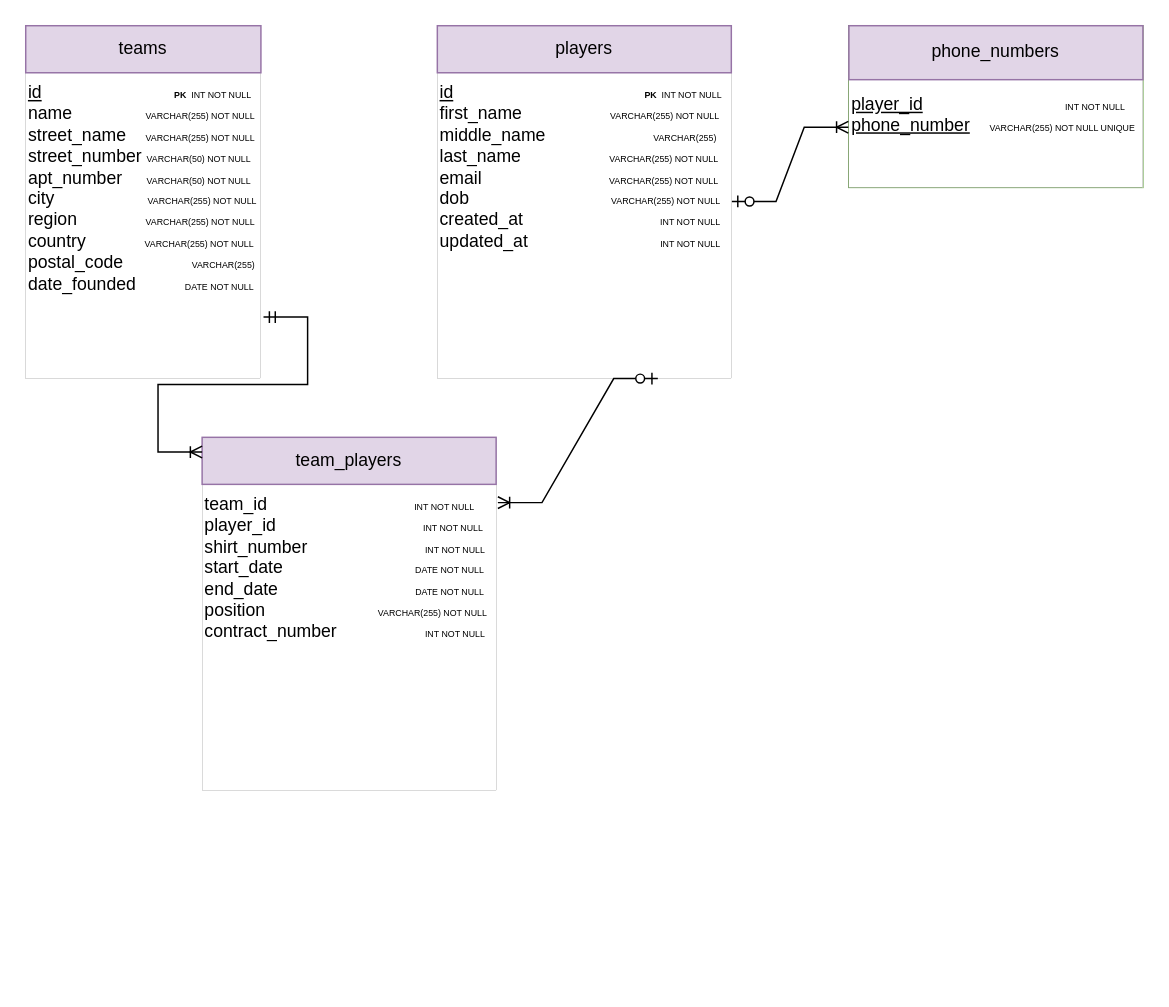
Above: Problem 3.drawio in sureninnorise/DB_DIAGRAMS (draw.io), before the change. Source tidied: cells renumbered, new cells numbered last; positions are measured from the earlier drawing's top-left corner, leaving out a move shared by most shapes. Both pictures are drawn from the tidied source at 147%, with x=0, y=0 at pixel (25, 25).
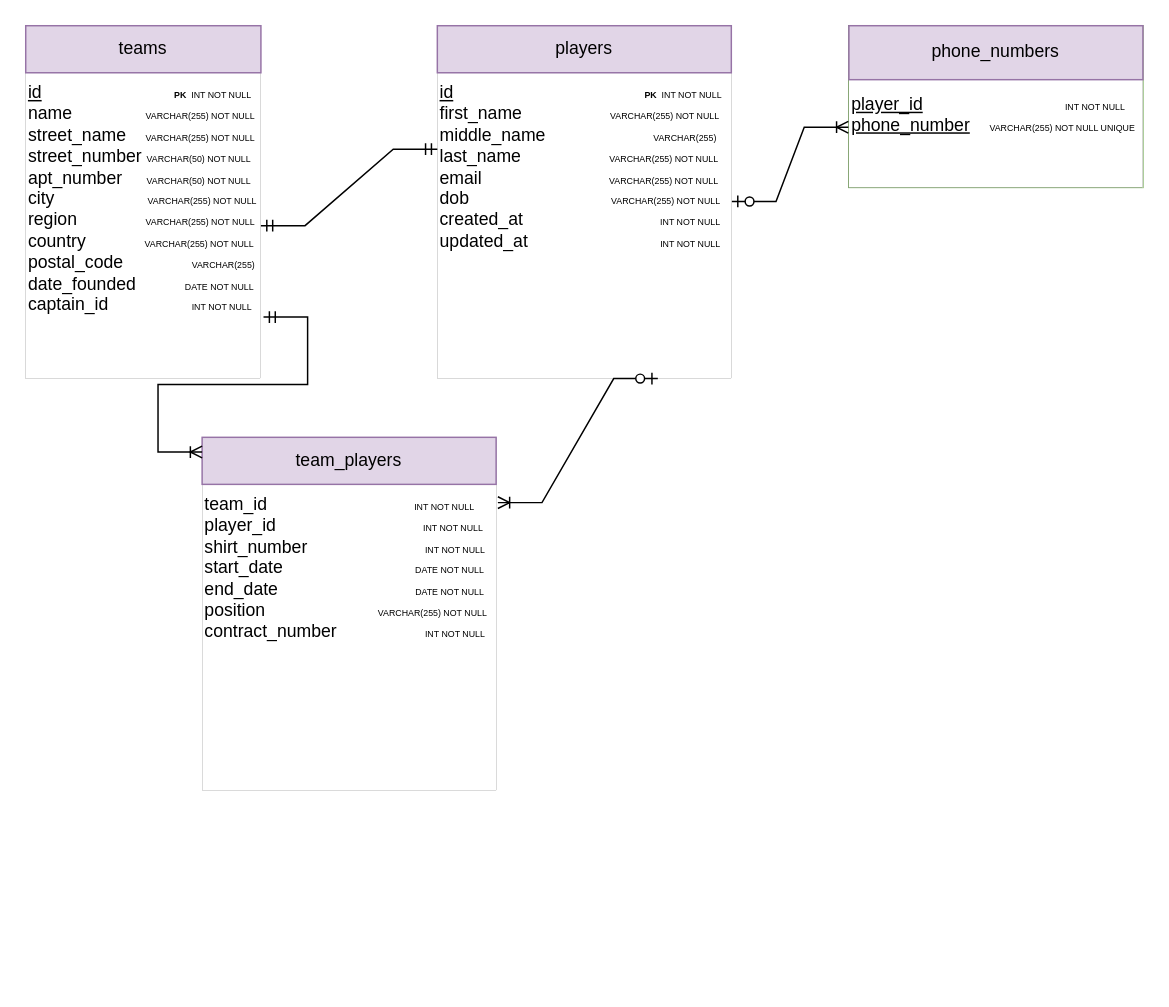
The same page after the edit.

Unchanged cells that the change refers to:
```xml
<mxCell id="2" style="group;" parent="1" vertex="1">
  <mxGeometry width="160" height="240" as="geometry" />
</mxCell>
<mxCell id="11" value="&lt;u&gt;id&lt;/u&gt;&amp;nbsp; &amp;nbsp; &amp;nbsp; &amp;nbsp; &amp;nbsp;    &amp;nbsp;&amp;nbsp;&amp;nbsp; &amp;nbsp; &amp;nbsp; &amp;nbsp; &amp;nbsp; &amp;nbsp; &amp;nbsp; &amp;nbsp; &amp;nbsp; &amp;nbsp; &amp;nbsp; &amp;nbsp; &amp;nbsp; &amp;nbsp;&lt;font style=&quot;font-size: 6px&quot;&gt;&lt;b&gt;PK&lt;/b&gt;&lt;/font&gt;&amp;nbsp;&lt;span style=&quot;font-size: 6px&quot;&gt;INT NOT NULL&lt;/span&gt;&lt;br&gt;first_name&amp;nbsp; &amp;nbsp; &amp;nbsp; &amp;nbsp; &amp;nbsp; &amp;nbsp; &amp;nbsp; &amp;nbsp; &amp;nbsp;&amp;nbsp;&lt;span style=&quot;font-size: 6px&quot;&gt;VARCHAR(255) NOT NULL&lt;/span&gt;&lt;br&gt;middle_name&amp;nbsp; &amp;nbsp; &amp;nbsp; &amp;nbsp; &amp;nbsp; &amp;nbsp; &amp;nbsp; &amp;nbsp; &amp;nbsp; &amp;nbsp; &amp;nbsp; &lt;span style=&quot;font-size: 6px&quot;&gt;VARCHAR(255)&lt;/span&gt;&lt;br&gt;last_name&amp;nbsp; &amp;nbsp; &amp;nbsp; &amp;nbsp; &amp;nbsp; &amp;nbsp; &amp;nbsp; &amp;nbsp; &amp;nbsp;&amp;nbsp;&lt;span style=&quot;font-size: 6px&quot;&gt;VARCHAR(255) NOT NULL&lt;/span&gt;&lt;br&gt;email&amp;nbsp; &amp;nbsp; &amp;nbsp; &amp;nbsp; &amp;nbsp; &amp;nbsp; &amp;nbsp; &amp;nbsp; &amp;nbsp; &amp;nbsp; &amp;nbsp; &amp;nbsp; &amp;nbsp;&amp;nbsp;&lt;span style=&quot;font-size: 6px&quot;&gt;VARCHAR(255) NOT NULL&lt;/span&gt;&lt;br&gt;dob&amp;nbsp; &amp;nbsp; &amp;nbsp; &amp;nbsp; &amp;nbsp; &amp;nbsp; &amp;nbsp; &amp;nbsp; &amp;nbsp; &amp;nbsp; &amp;nbsp; &amp;nbsp; &amp;nbsp; &amp;nbsp; &amp;nbsp;&lt;span style=&quot;font-size: 6px&quot;&gt;VARCHAR(255) NOT NULL&lt;/span&gt;&lt;br&gt;created_at&amp;nbsp; &amp;nbsp; &amp;nbsp; &amp;nbsp; &amp;nbsp; &amp;nbsp; &amp;nbsp; &amp;nbsp; &amp;nbsp; &amp;nbsp; &amp;nbsp; &amp;nbsp; &amp;nbsp; &amp;nbsp;&amp;nbsp;&lt;span style=&quot;font-size: 6px&quot;&gt;INT NOT NULL&lt;/span&gt;&lt;br&gt;updated_at&amp;nbsp; &amp;nbsp; &amp;nbsp; &amp;nbsp; &amp;nbsp; &amp;nbsp; &amp;nbsp; &amp;nbsp; &amp;nbsp; &amp;nbsp; &amp;nbsp; &amp;nbsp; &amp;nbsp; &amp;nbsp;&lt;span style=&quot;font-size: 6px&quot;&gt;INT NOT NULL&lt;/span&gt;" style="text;html=1;strokeColor=none;fillColor=none;align=left;verticalAlign=top;whiteSpace=wrap;rounded=0;" parent="7" vertex="1">
  <mxGeometry y="32" width="200" height="208" as="geometry" />
</mxCell>
```

The edit, as a diff of the source:
```diff
@@
-    <mxCell id="6" value="&lt;u&gt;id&lt;/u&gt;&amp;nbsp; &amp;nbsp; &amp;nbsp; &amp;nbsp;&lt;span&gt; &lt;/span&gt;&amp;nbsp; &amp;nbsp; &amp;nbsp; &amp;nbsp; &amp;nbsp; &amp;nbsp; &amp;nbsp; &amp;nbsp; &amp;nbsp; &amp;nbsp;&lt;font style=&quot;font-size: 6px&quot;&gt;&lt;b&gt;PK&lt;/b&gt;&lt;/font&gt;&amp;nbsp;&lt;font style=&quot;font-size: 6px&quot;&gt;INT NOT NULL&lt;/font&gt;&lt;br&gt;name&amp;nbsp; &amp;nbsp; &amp;nbsp; &amp;nbsp; &amp;nbsp; &amp;nbsp; &amp;nbsp; &amp;nbsp;&lt;font style=&quot;font-size: 6px&quot;&gt;VARCHAR(255) NOT NULL&lt;/font&gt;&lt;br&gt;street_name&amp;nbsp; &amp;nbsp;&amp;nbsp;&lt;span style=&quot;font-size: 6px&quot;&gt;VARCHAR(255) NOT NULL&lt;/span&gt;&lt;br&gt;&lt;span&gt;&lt;/span&gt;&lt;span&gt;&lt;/span&gt;street_number&amp;nbsp;&lt;span style=&quot;font-size: 6px&quot;&gt;VARCHAR(50) NOT NULL&lt;/span&gt;&lt;br&gt;apt_number&amp;nbsp; &amp;nbsp; &amp;nbsp;&lt;span style=&quot;font-size: 6px&quot;&gt;VARCHAR(50) NOT NULL&lt;/span&gt;&lt;br&gt;city&amp;nbsp; &amp;nbsp; &amp;nbsp; &amp;nbsp; &amp;nbsp; &amp;nbsp; &amp;nbsp; &amp;nbsp; &amp;nbsp; &amp;nbsp;&lt;span&gt;&lt;/span&gt;&lt;span style=&quot;font-size: 6px&quot;&gt;VARCHAR(255) NOT NULL&lt;/span&gt;&lt;br&gt;region&amp;nbsp; &amp;nbsp; &amp;nbsp; &amp;nbsp; &amp;nbsp; &amp;nbsp; &amp;nbsp;&amp;nbsp;&lt;span style=&quot;font-size: 6px&quot;&gt;VARCHAR(255) NOT NULL&lt;/span&gt;&lt;br&gt;country&amp;nbsp; &amp;nbsp; &amp;nbsp; &amp;nbsp; &amp;nbsp; &amp;nbsp;&amp;nbsp;&lt;span style=&quot;font-size: 6px&quot;&gt;VARCHAR(255) NOT NULL&lt;/span&gt;&lt;br&gt;postal_code&amp;nbsp; &amp;nbsp; &amp;nbsp; &amp;nbsp; &amp;nbsp; &amp;nbsp; &amp;nbsp;&amp;nbsp;&lt;span style=&quot;font-size: 6px&quot;&gt;VARCHAR(255)&amp;nbsp;&lt;/span&gt;&lt;br&gt;date_founded&amp;nbsp; &amp;nbsp; &amp;nbsp; &amp;nbsp; &amp;nbsp;&amp;nbsp;&lt;font style=&quot;font-size: 6px&quot;&gt;DATE NOT NULL&lt;/font&gt;" style="text;html=1;strokeColor=none;fillColor=none;align=left;verticalAlign=top;whiteSpace=wrap;rounded=0;" parent="2" vertex="1">
+    <mxCell id="6" value="&lt;u&gt;id&lt;/u&gt;&amp;nbsp; &amp;nbsp; &amp;nbsp; &amp;nbsp;&lt;span&gt; &lt;/span&gt;&amp;nbsp; &amp;nbsp; &amp;nbsp; &amp;nbsp; &amp;nbsp; &amp;nbsp; &amp;nbsp; &amp;nbsp; &amp;nbsp; &amp;nbsp;&lt;font style=&quot;font-size: 6px&quot;&gt;&lt;b&gt;PK&lt;/b&gt;&lt;/font&gt;&amp;nbsp;&lt;font style=&quot;font-size: 6px&quot;&gt;INT NOT NULL&lt;/font&gt;&lt;br&gt;name&amp;nbsp; &amp;nbsp; &amp;nbsp; &amp;nbsp; &amp;nbsp; &amp;nbsp; &amp;nbsp; &amp;nbsp;&lt;font style=&quot;font-size: 6px&quot;&gt;VARCHAR(255) NOT NULL&lt;/font&gt;&lt;br&gt;street_name&amp;nbsp; &amp;nbsp;&amp;nbsp;&lt;span style=&quot;font-size: 6px&quot;&gt;VARCHAR(255) NOT NULL&lt;/span&gt;&lt;br&gt;&lt;span&gt;&lt;/span&gt;&lt;span&gt;&lt;/span&gt;street_number&amp;nbsp;&lt;span style=&quot;font-size: 6px&quot;&gt;VARCHAR(50) NOT NULL&lt;/span&gt;&lt;br&gt;apt_number&amp;nbsp; &amp;nbsp; &amp;nbsp;&lt;span style=&quot;font-size: 6px&quot;&gt;VARCHAR(50) NOT NULL&lt;/span&gt;&lt;br&gt;city&amp;nbsp; &amp;nbsp; &amp;nbsp; &amp;nbsp; &amp;nbsp; &amp;nbsp; &amp;nbsp; &amp;nbsp; &amp;nbsp; &amp;nbsp;&lt;span&gt;&lt;/span&gt;&lt;span style=&quot;font-size: 6px&quot;&gt;VARCHAR(255) NOT NULL&lt;/span&gt;&lt;br&gt;region&amp;nbsp; &amp;nbsp; &amp;nbsp; &amp;nbsp; &amp;nbsp; &amp;nbsp; &amp;nbsp;&amp;nbsp;&lt;span style=&quot;font-size: 6px&quot;&gt;VARCHAR(255) NOT NULL&lt;/span&gt;&lt;br&gt;country&amp;nbsp; &amp;nbsp; &amp;nbsp; &amp;nbsp; &amp;nbsp; &amp;nbsp;&amp;nbsp;&lt;span style=&quot;font-size: 6px&quot;&gt;VARCHAR(255) NOT NULL&lt;/span&gt;&lt;br&gt;postal_code&amp;nbsp; &amp;nbsp; &amp;nbsp; &amp;nbsp; &amp;nbsp; &amp;nbsp; &amp;nbsp;&amp;nbsp;&lt;span style=&quot;font-size: 6px&quot;&gt;VARCHAR(255)&amp;nbsp;&lt;/span&gt;&lt;br&gt;date_founded&amp;nbsp; &amp;nbsp; &amp;nbsp; &amp;nbsp; &amp;nbsp;&amp;nbsp;&lt;font style=&quot;font-size: 6px&quot;&gt;DATE NOT NULL&lt;br&gt;&lt;span style=&quot;font-size: 12px&quot;&gt;captain_id&amp;nbsp; &amp;nbsp; &amp;nbsp; &amp;nbsp; &amp;nbsp; &amp;nbsp; &amp;nbsp; &amp;nbsp; &amp;nbsp;&lt;/span&gt;INT NOT NULL&lt;br&gt;&lt;/font&gt;" style="text;html=1;strokeColor=none;fillColor=none;align=left;verticalAlign=top;whiteSpace=wrap;rounded=0;" parent="2" vertex="1">
       <mxGeometry y="32" width="160" height="208" as="geometry" />
     </mxCell>
@@
+    <mxCell id="26" style="edgeStyle=entityRelationEdgeStyle;fontSize=12;html=1;endArrow=ERmandOne;startArrow=ERmandOne;rounded=0;exitX=1;exitY=0.5;exitDx=0;exitDy=0;entryX=0;entryY=0.25;entryDx=0;entryDy=0;" parent="1" edge="1" source="6" target="11">
+      <mxGeometry relative="1" as="geometry" />
+    </mxCell>
```
